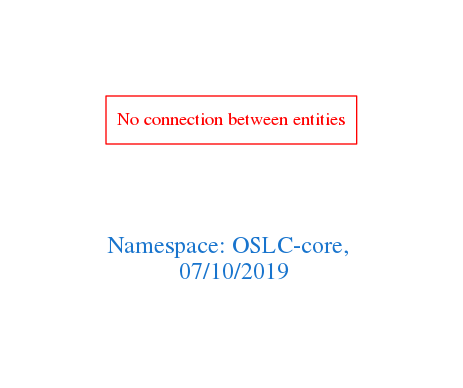
Above: downloads/OSLC-core.png in arago/OGIT (Graphviz), before the change. Its source is kept beside it as downloads/OSLC-core.dot. Source of this version:
```dot
digraph OGIT_ontology {
 graph [ rankdir= LR,pad=1
fontsize = 18,
fontcolor= dodgerblue3,label = "\n\n\nNamespace: OSLC-core, \n 07/10/2019"];
node[shape=polygon];
edge [  color="gray81"];

"No connection between entities" [fontcolor = "red",color="red", shape="polygon"]
}
```
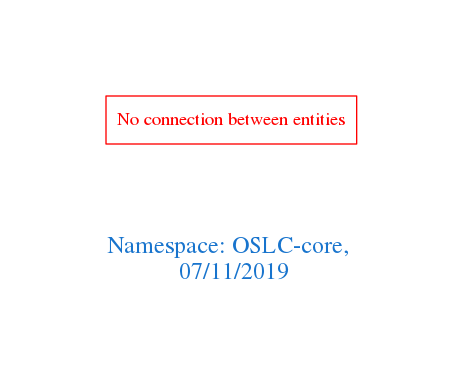
The same diagram one commit later.

What changed in the source:
```diff
@@ -1,7 +1,7 @@
 digraph OGIT_ontology {
  graph [ rankdir= LR,pad=1
 fontsize = 18,
-fontcolor= dodgerblue3,label = "\n\n\nNamespace: OSLC-core, \n 07/10/2019"];
+fontcolor= dodgerblue3,label = "\n\n\nNamespace: OSLC-core, \n 07/11/2019"];
 node[shape=polygon];
 edge [  color="gray81"];
 
```
